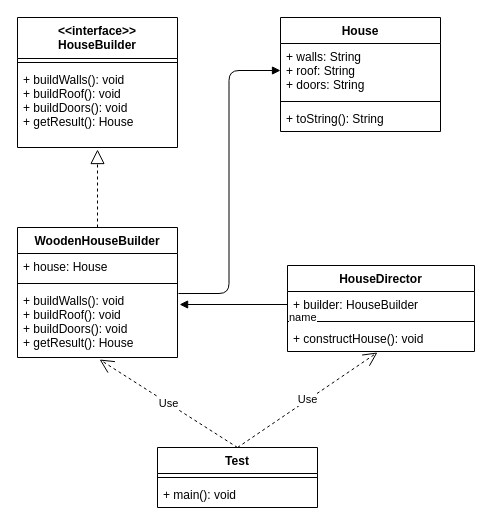
Above: design-pattern/src/main/resources/builder.drawio in Jackson-zhanganbing/spring-test (draw.io), before the change. Source tidied: cells renumbered, new cells numbered last; positions are measured from the earlier drawing's top-left corner, leaving out a move shared by most shapes. Both pictures are drawn from the tidied source at 100%, with x=0, y=0 at pixel (17, 17).
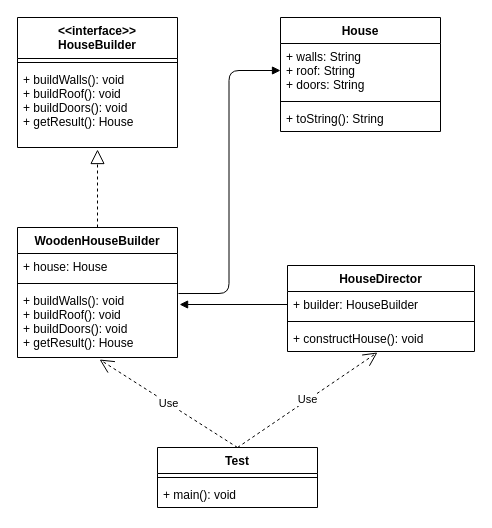
After the change.

Unchanged cells that the change refers to:
```xml
<mxCell id="12" value="+ buildWalls(): void&#10;+ buildRoof(): void&#10;+ buildDoors(): void&#10;+ getResult(): House" style="text;strokeColor=none;fillColor=none;align=left;verticalAlign=top;spacingLeft=4;spacingRight=4;overflow=hidden;points=[[0,0.5],[1,0.5]];portConstraint=eastwest;" parent="9" vertex="1">
  <mxGeometry y="60" width="160" height="70" as="geometry" />
</mxCell>
<mxCell id="15" value="+ builder: HouseBuilder" style="text;strokeColor=none;fillColor=none;align=left;verticalAlign=top;spacingLeft=4;spacingRight=4;overflow=hidden;points=[[0,0.5],[1,0.5]];portConstraint=eastwest;" parent="14" vertex="1">
  <mxGeometry y="26" width="187" height="26" as="geometry" />
</mxCell>
```

What changed in the source:
```diff
@@
-    <mxCell id="20" value="name" style="endArrow=block;endFill=1;html=1;edgeStyle=orthogonalEdgeStyle;align=left;verticalAlign=top;entryX=1.013;entryY=0.243;entryDx=0;entryDy=0;entryPerimeter=0;exitX=0;exitY=0.5;exitDx=0;exitDy=0;" parent="1" edge="1" source="15" target="12">
-      <mxGeometry x="-1" relative="1" as="geometry" />
+    <mxCell id="20" style="endArrow=block;endFill=1;html=1;edgeStyle=orthogonalEdgeStyle;align=left;verticalAlign=top;entryX=1.013;entryY=0.243;entryDx=0;entryDy=0;entryPerimeter=0;exitX=0;exitY=0.5;exitDx=0;exitDy=0;" parent="1" edge="1" source="15" target="12">
+      <mxGeometry x="-0.07" y="13" relative="1" as="geometry" />
     </mxCell>
```
